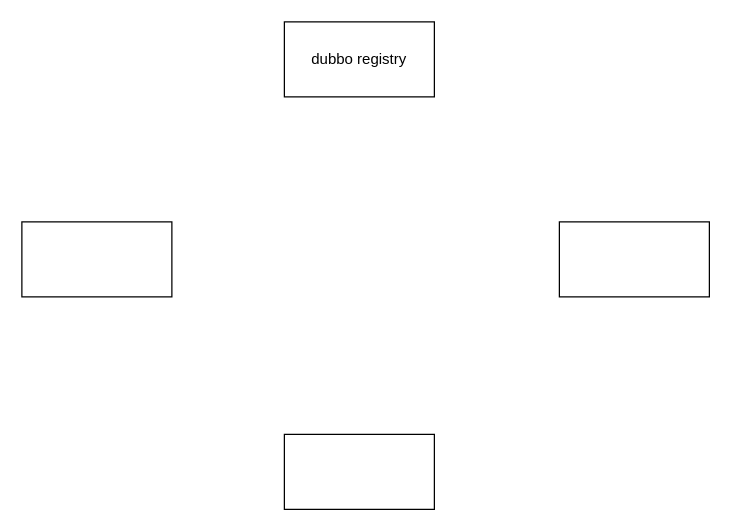
This is 绘图/dubbo.drawio from longjiangxue/blogImage, a draw.io file, before an edit. Source tidied: cells renumbered, new cells numbered last; positions are measured from the earlier drawing's top-left corner, leaving out a move shared by most shapes. Both pictures are drawn from the tidied source at 125%, with x=0, y=0 at pixel (21, 21).
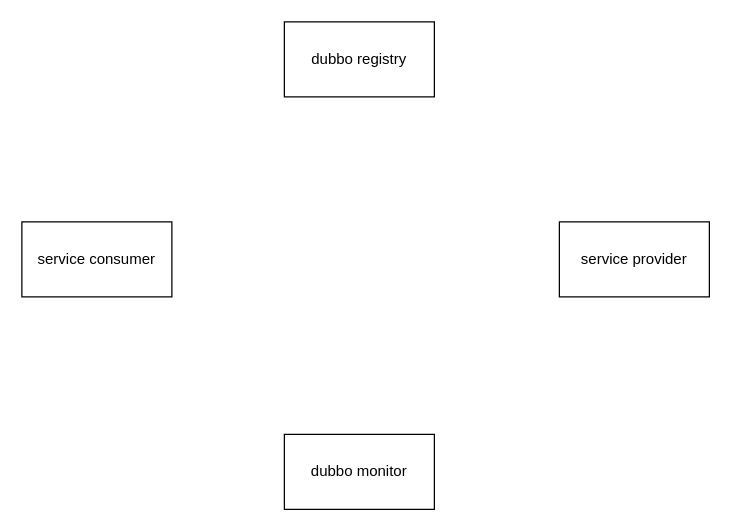
After the change.

Change to the diagram source:
```diff
@@
 <mxGraphModel>
   <root>
     <mxCell id="0" />
     <mxCell id="1" parent="0" />
     <mxCell id="2" value="dubbo registry" style="rounded=0;whiteSpace=wrap;html=1;" parent="1" vertex="1">
       <mxGeometry x="210" width="120" height="60" as="geometry" />
     </mxCell>
-    <mxCell id="3" style="rounded=0;whiteSpace=wrap;html=1;" parent="1" vertex="1">
+    <mxCell id="3" value="service consumer" style="rounded=0;whiteSpace=wrap;html=1;" parent="1" vertex="1">
       <mxGeometry y="160" width="120" height="60" as="geometry" />
     </mxCell>
-    <mxCell id="4" style="rounded=0;whiteSpace=wrap;html=1;" parent="1" vertex="1">
+    <mxCell id="4" value="service provider" style="rounded=0;whiteSpace=wrap;html=1;" parent="1" vertex="1">
       <mxGeometry x="430" y="160" width="120" height="60" as="geometry" />
     </mxCell>
-    <mxCell id="5" style="rounded=0;whiteSpace=wrap;html=1;" parent="1" vertex="1">
+    <mxCell id="5" value="dubbo monitor" style="rounded=0;whiteSpace=wrap;html=1;" parent="1" vertex="1">
       <mxGeometry x="210" y="330" width="120" height="60" as="geometry" />
     </mxCell>
   </root>
 </mxGraphModel>
```
